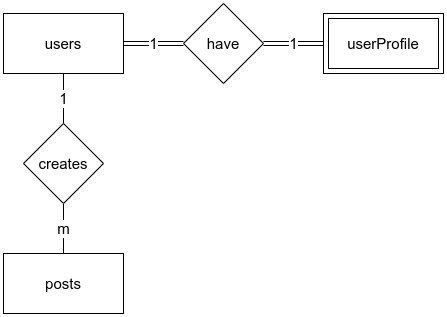
Before: webbutveckling/Webbutveckling2/Moment/Moment4/Diagrams/ER.png, a diagram exported from draw.io (EliasEriksson/miun). Source tidied: cells renumbered, new cells last; positions are measured from the earlier drawing's top-left corner, leaving out a move shared by most shapes. Source of this version:
```xml
<mxGraphModel>
  <root>
    <mxCell id="0" />
    <mxCell id="1" parent="0" />
    <mxCell id="2" value="1" style="edgeStyle=none;jettySize=auto;html=1;endArrow=none;fontSize=15;" parent="1" edge="1" source="3" target="10">
      <mxGeometry relative="1" as="geometry" />
    </mxCell>
    <mxCell id="3" value="users" style="rounded=0;whiteSpace=wrap;html=1;fontSize=15;" parent="1" vertex="1">
      <mxGeometry y="10" width="120" height="60" as="geometry" />
    </mxCell>
    <mxCell id="4" value="userProfile" style="shape=ext;margin=3;double=1;whiteSpace=wrap;html=1;align=center;fontSize=15;" parent="1" vertex="1">
      <mxGeometry x="320" y="10" width="120" height="60" as="geometry" />
    </mxCell>
    <mxCell id="5" value="1" style="edgeStyle=none;jettySize=auto;html=1;endArrow=none;shape=link;fontSize=15;" parent="1" edge="1" source="6" target="4">
      <mxGeometry relative="1" as="geometry" />
    </mxCell>
    <mxCell id="6" value="have" style="rhombus;whiteSpace=wrap;html=1;rounded=0;fontSize=15;" parent="1" vertex="1">
      <mxGeometry x="180" width="80" height="80" as="geometry" />
    </mxCell>
    <mxCell id="7" value="1" style="endArrow=none;html=1;shape=link;fontSize=15;" parent="1" edge="1" source="3" target="6">
      <mxGeometry relative="1" as="geometry" />
    </mxCell>
    <mxCell id="8" value="posts" style="rounded=0;whiteSpace=wrap;html=1;fontSize=15;" parent="1" vertex="1">
      <mxGeometry y="250" width="120" height="60" as="geometry" />
    </mxCell>
    <mxCell id="9" value="m" style="edgeStyle=none;jettySize=auto;html=1;endArrow=none;fontSize=15;" parent="1" edge="1" source="10" target="8">
      <mxGeometry relative="1" as="geometry" />
    </mxCell>
    <mxCell id="10" value="creates" style="rhombus;whiteSpace=wrap;html=1;rounded=0;fontSize=15;" parent="1" vertex="1">
      <mxGeometry x="20" y="120" width="80" height="80" as="geometry" />
    </mxCell>
  </root>
</mxGraphModel>
```
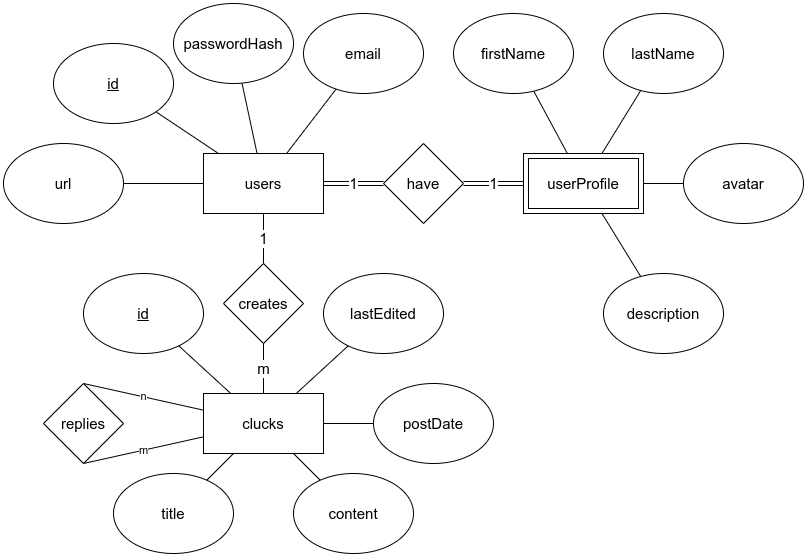
Above is the later version.

Diff of the diagram source:
```diff
@@ -5,9 +5,30 @@
     <mxCell id="2" value="1" style="edgeStyle=none;jettySize=auto;html=1;endArrow=none;fontSize=15;" parent="1" edge="1" source="3" target="10">
       <mxGeometry relative="1" as="geometry" />
     </mxCell>
+    <mxCell id="11" style="edgeStyle=none;jettySize=auto;html=1;endArrow=none;" parent="1" edge="1" source="3" target="27">
+      <mxGeometry relative="1" as="geometry" />
+    </mxCell>
+    <mxCell id="12" style="edgeStyle=none;jettySize=auto;html=1;endArrow=none;" parent="1" edge="1" source="3" target="26">
+      <mxGeometry relative="1" as="geometry" />
+    </mxCell>
+    <mxCell id="13" style="edgeStyle=none;jettySize=auto;html=1;endArrow=none;" parent="1" edge="1" source="3" target="28">
+      <mxGeometry relative="1" as="geometry" />
+    </mxCell>
     <mxCell id="3" value="users" style="rounded=0;whiteSpace=wrap;html=1;fontSize=15;" parent="1" vertex="1">
       <mxGeometry y="10" width="120" height="60" as="geometry" />
     </mxCell>
+    <mxCell id="14" style="edgeStyle=none;jettySize=auto;html=1;endArrow=none;" parent="1" edge="1" source="4" target="29">
+      <mxGeometry relative="1" as="geometry" />
+    </mxCell>
+    <mxCell id="15" style="edgeStyle=none;jettySize=auto;html=1;endArrow=none;" parent="1" edge="1" source="4" target="30">
+      <mxGeometry relative="1" as="geometry" />
+    </mxCell>
+    <mxCell id="16" style="edgeStyle=none;jettySize=auto;html=1;endArrow=none;" parent="1" edge="1" source="4" target="31">
+      <mxGeometry relative="1" as="geometry" />
+    </mxCell>
+    <mxCell id="17" style="edgeStyle=none;jettySize=auto;html=1;endArrow=none;" parent="1" edge="1" source="4" target="32">
+      <mxGeometry relative="1" as="geometry" />
+    </mxCell>
     <mxCell id="4" value="userProfile" style="shape=ext;margin=3;double=1;whiteSpace=wrap;html=1;align=center;fontSize=15;" parent="1" vertex="1">
       <mxGeometry x="320" y="10" width="120" height="60" as="geometry" />
     </mxCell>
@@ -20,7 +41,25 @@
     <mxCell id="7" value="1" style="endArrow=none;html=1;shape=link;fontSize=15;" parent="1" edge="1" source="3" target="6">
       <mxGeometry relative="1" as="geometry" />
     </mxCell>
+    <mxCell id="18" value="n" style="edgeStyle=none;jettySize=auto;html=1;endArrow=none;entryX=0.5;entryY=0;entryDx=0;entryDy=0;" parent="1" edge="1" source="8" target="34">
+      <mxGeometry relative="1" as="geometry" />
+    </mxCell>
+    <mxCell id="19" style="edgeStyle=none;jettySize=auto;html=1;endArrow=none;" parent="1" edge="1" source="8" target="35">
+      <mxGeometry relative="1" as="geometry" />
+    </mxCell>
+    <mxCell id="20" style="edgeStyle=none;jettySize=auto;html=1;endArrow=none;" parent="1" edge="1" source="8" target="36">
+      <mxGeometry relative="1" as="geometry" />
+    </mxCell>
+    <mxCell id="21" style="edgeStyle=none;jettySize=auto;html=1;endArrow=none;" parent="1" edge="1" source="8" target="37">
+      <mxGeometry relative="1" as="geometry" />
+    </mxCell>
+    <mxCell id="22" style="edgeStyle=none;jettySize=auto;html=1;endArrow=none;" parent="1" edge="1" source="8" target="38">
+      <mxGeometry relative="1" as="geometry" />
+    </mxCell>
+    <mxCell id="23" style="edgeStyle=none;jettySize=auto;html=1;endArrow=none;" parent="1" edge="1" source="8" target="39">
+      <mxGeometry relative="1" as="geometry" />
+    </mxCell>
-    <mxCell id="8" value="posts" style="rounded=0;whiteSpace=wrap;html=1;fontSize=15;" parent="1" vertex="1">
+    <mxCell id="8" value="clucks" style="rounded=0;whiteSpace=wrap;html=1;fontSize=15;" parent="1" vertex="1">
       <mxGeometry y="250" width="120" height="60" as="geometry" />
     </mxCell>
     <mxCell id="9" value="m" style="edgeStyle=none;jettySize=auto;html=1;endArrow=none;fontSize=15;" parent="1" edge="1" source="10" target="8">
@@ -29,5 +68,53 @@
     <mxCell id="10" value="creates" style="rhombus;whiteSpace=wrap;html=1;rounded=0;fontSize=15;" parent="1" vertex="1">
       <mxGeometry x="20" y="120" width="80" height="80" as="geometry" />
     </mxCell>
+    <mxCell id="24" value="email" style="ellipse;whiteSpace=wrap;html=1;rounded=0;fontSize=15;" parent="1" vertex="1">
+      <mxGeometry x="100" y="-130" width="120" height="80" as="geometry" />
+    </mxCell>
+    <mxCell id="25" style="endArrow=none;html=1;" parent="1" edge="1" source="3" target="24">
+      <mxGeometry relative="1" as="geometry" />
+    </mxCell>
+    <mxCell id="26" value="passwordHash" style="ellipse;whiteSpace=wrap;html=1;rounded=0;fontSize=15;" parent="1" vertex="1">
+      <mxGeometry x="-30" y="-140" width="120" height="80" as="geometry" />
+    </mxCell>
+    <mxCell id="27" value="&lt;u&gt;id&lt;/u&gt;" style="ellipse;whiteSpace=wrap;html=1;rounded=0;fontSize=15;" parent="1" vertex="1">
+      <mxGeometry x="-150" y="-100" width="120" height="80" as="geometry" />
+    </mxCell>
+    <mxCell id="28" value="url" style="ellipse;whiteSpace=wrap;html=1;rounded=0;fontSize=15;" parent="1" vertex="1">
+      <mxGeometry x="-200" width="120" height="80" as="geometry" />
+    </mxCell>
+    <mxCell id="29" value="firstName" style="ellipse;whiteSpace=wrap;html=1;fontSize=15;" parent="1" vertex="1">
+      <mxGeometry x="250" y="-130" width="120" height="80" as="geometry" />
+    </mxCell>
+    <mxCell id="30" value="lastName" style="ellipse;whiteSpace=wrap;html=1;fontSize=15;" parent="1" vertex="1">
+      <mxGeometry x="400" y="-130" width="120" height="80" as="geometry" />
+    </mxCell>
+    <mxCell id="31" value="description" style="ellipse;whiteSpace=wrap;html=1;fontSize=15;" parent="1" vertex="1">
+      <mxGeometry x="400" y="130" width="120" height="80" as="geometry" />
+    </mxCell>
+    <mxCell id="32" value="avatar" style="ellipse;whiteSpace=wrap;html=1;fontSize=15;" parent="1" vertex="1">
+      <mxGeometry x="480" width="120" height="80" as="geometry" />
+    </mxCell>
+    <mxCell id="33" value="m" style="edgeStyle=none;jettySize=auto;html=1;endArrow=none;exitX=0.5;exitY=1;exitDx=0;exitDy=0;" parent="1" edge="1" source="34" target="8">
+      <mxGeometry relative="1" as="geometry" />
+    </mxCell>
+    <mxCell id="34" value="replies" style="rhombus;whiteSpace=wrap;html=1;rounded=0;fontSize=15;" parent="1" vertex="1">
+      <mxGeometry x="-160" y="240" width="80" height="80" as="geometry" />
+    </mxCell>
+    <mxCell id="35" value="&lt;u&gt;id&lt;/u&gt;" style="ellipse;whiteSpace=wrap;html=1;rounded=0;fontSize=15;" parent="1" vertex="1">
+      <mxGeometry x="-120" y="130" width="120" height="80" as="geometry" />
+    </mxCell>
+    <mxCell id="36" value="title" style="ellipse;whiteSpace=wrap;html=1;rounded=0;fontSize=15;" parent="1" vertex="1">
+      <mxGeometry x="-90" y="330" width="120" height="80" as="geometry" />
+    </mxCell>
+    <mxCell id="37" value="content" style="ellipse;whiteSpace=wrap;html=1;rounded=0;fontSize=15;" parent="1" vertex="1">
+      <mxGeometry x="90" y="330" width="120" height="80" as="geometry" />
+    </mxCell>
+    <mxCell id="38" value="postDate" style="ellipse;whiteSpace=wrap;html=1;rounded=0;fontSize=15;" parent="1" vertex="1">
+      <mxGeometry x="170" y="240" width="120" height="80" as="geometry" />
+    </mxCell>
+    <mxCell id="39" value="lastEdited" style="ellipse;whiteSpace=wrap;html=1;rounded=0;fontSize=15;" parent="1" vertex="1">
+      <mxGeometry x="120" y="130" width="120" height="80" as="geometry" />
+    </mxCell>
   </root>
 </mxGraphModel>
```
